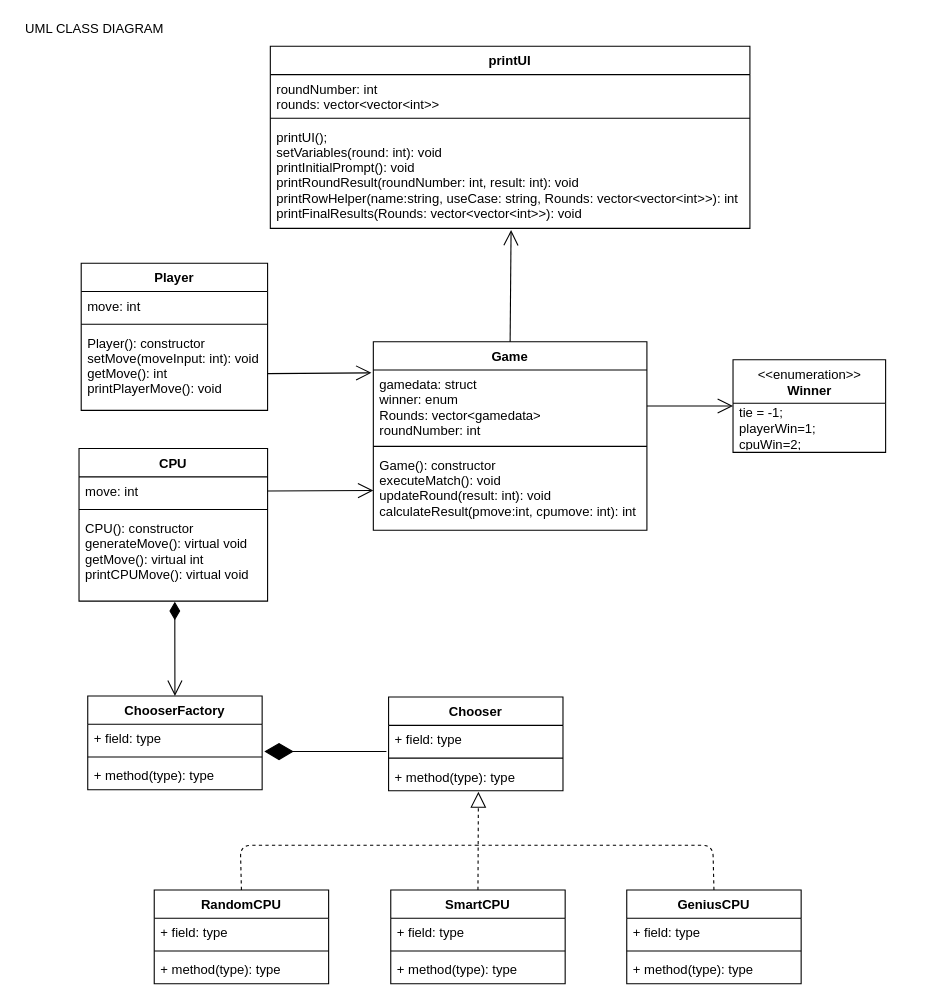
Earlier version of the draw.io diagram HW_3/nonCode/ClassDiagram.drawio (AudiCmpE28/ProgrammingHW). Source tidied: cells renumbered, new cells numbered last; positions are measured from the earlier drawing's top-left corner, leaving out a move shared by most shapes. Both pictures are drawn from the tidied source at 109%, with x=0, y=0 at pixel (19, 19).
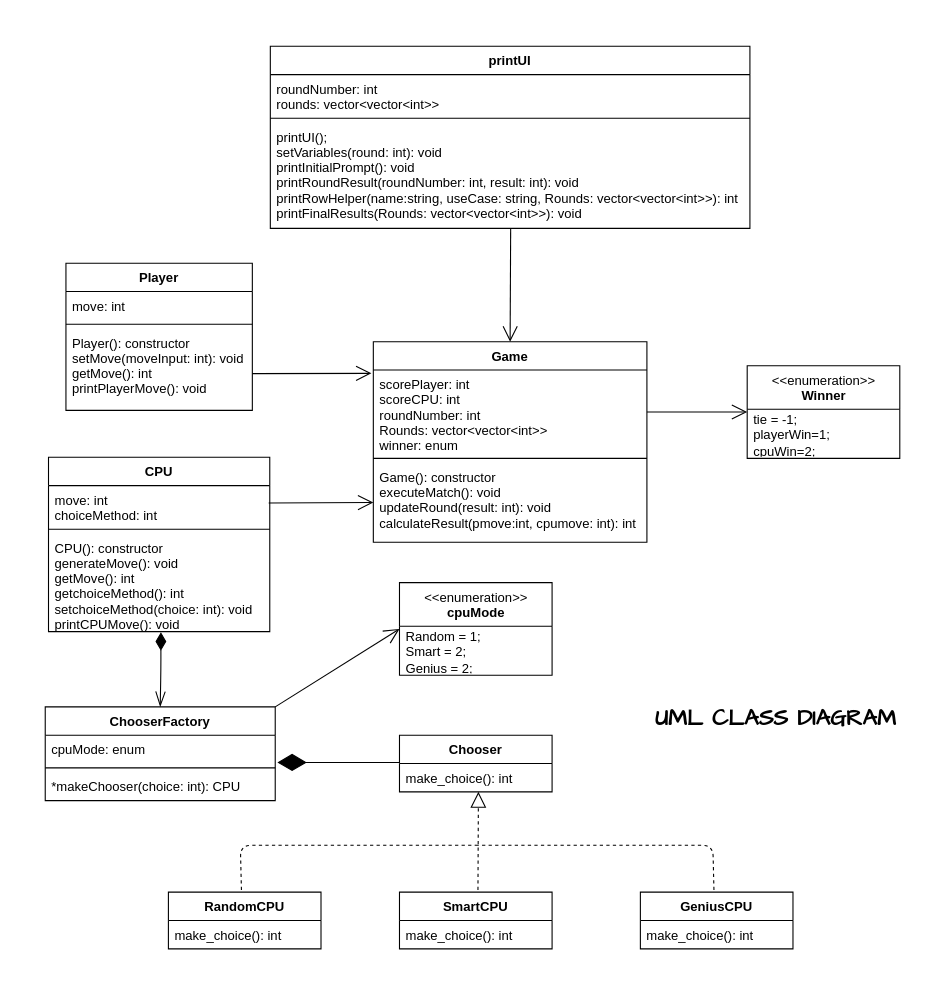
The same diagram, later.

The change refers to these unchanged cells:
```xml
<mxCell id="7" value="printUI();&#10;setVariables(round: int): void&#10;printInitialPrompt(): void&#10;printRoundResult(roundNumber: int, result: int): void&#10;printRowHelper(name:string, useCase: string, Rounds: vector&lt;vector&lt;int&gt;&gt;): int&#10;printFinalResults(Rounds: vector&lt;vector&lt;int&gt;&gt;): void&#10;" style="text;strokeColor=none;fillColor=none;align=left;verticalAlign=top;spacingLeft=4;spacingRight=4;overflow=hidden;points=[[0,0.5],[1,0.5]];portConstraint=eastwest;" parent="4" vertex="1">
  <mxGeometry y="70" width="440" height="97" as="geometry" />
</mxCell>
```

Change to the diagram source:
```diff
@@
     <mxCell id="2" value="&amp;lt;&amp;lt;enumeration&amp;gt;&amp;gt;&lt;br&gt;&lt;b&gt;Winner&lt;/b&gt;" style="swimlane;fontStyle=0;align=center;verticalAlign=top;horizontal=1;startSize=40;html=1;" parent="1" vertex="1">
-      <mxGeometry x="655" y="312.5" width="140" height="85" as="geometry" />
+      <mxGeometry x="668" y="318" width="140" height="85" as="geometry" />
     </mxCell>
@@
     <mxCell id="8" value="Game" style="swimlane;fontStyle=1;align=center;verticalAlign=top;horizontal=1;startSize=26;" parent="1" vertex="1">
-      <mxGeometry x="325" y="296" width="251" height="173" as="geometry" />
+      <mxGeometry x="325" y="296" width="251" height="184" as="geometry" />
     </mxCell>
-    <mxCell id="9" value="gamedata: struct&#10;winner: enum&#10;Rounds: vector&lt;gamedata&gt;&#10;roundNumber: int&#10;" style="text;strokeColor=none;fillColor=none;align=left;verticalAlign=top;spacingLeft=4;spacingRight=4;overflow=hidden;points=[[0,0.5],[1,0.5]];portConstraint=eastwest;" parent="8" vertex="1">
-      <mxGeometry y="26" width="251" height="66" as="geometry" />
+    <mxCell id="9" value="scorePlayer: int&#10;scoreCPU: int&#10;roundNumber: int&#10;Rounds: vector&lt;vector&lt;int&gt;&gt;&#10;winner: enum&#10;" style="text;strokeColor=none;fillColor=none;align=left;verticalAlign=top;spacingLeft=4;spacingRight=4;overflow=hidden;points=[[0,0.5],[1,0.5]];portConstraint=eastwest;" parent="8" vertex="1">
+      <mxGeometry y="26" width="251" height="77" as="geometry" />
     </mxCell>
     <mxCell id="10" style="line;strokeWidth=1;fillColor=none;align=left;verticalAlign=middle;spacingTop=-1;spacingLeft=3;spacingRight=3;labelPosition=right;" parent="8" vertex="1">
-      <mxGeometry y="92" width="251" height="8" as="geometry" />
+      <mxGeometry y="103" width="251" height="8" as="geometry" />
     </mxCell>
     <mxCell id="11" value="Game(): constructor&#10;executeMatch(): void&#10;updateRound(result: int): void&#10;calculateResult(pmove:int, cpumove: int): int&#10;" style="text;strokeColor=none;fillColor=none;align=left;verticalAlign=top;spacingLeft=4;spacingRight=4;overflow=hidden;points=[[0,0.5],[1,0.5]];portConstraint=eastwest;" parent="8" vertex="1">
-      <mxGeometry y="100" width="251" height="73" as="geometry" />
+      <mxGeometry y="111" width="251" height="73" as="geometry" />
     </mxCell>
     <mxCell id="12" value="Player" style="swimlane;fontStyle=1;align=center;verticalAlign=top;horizontal=1;startSize=26;" parent="1" vertex="1">
-      <mxGeometry x="57" y="224" width="171" height="135" as="geometry" />
+      <mxGeometry x="43" y="224" width="171" height="135" as="geometry" />
     </mxCell>
@@
     <mxCell id="16" value="CPU" style="swimlane;fontStyle=1;align=center;verticalAlign=top;horizontal=1;startSize=26;" parent="1" vertex="1">
-      <mxGeometry x="55" y="394" width="173" height="140" as="geometry" />
+      <mxGeometry x="27" y="402" width="203" height="160" as="geometry" />
     </mxCell>
-    <mxCell id="17" value="move: int" style="text;strokeColor=none;fillColor=none;align=left;verticalAlign=top;spacingLeft=4;spacingRight=4;overflow=hidden;points=[[0,0.5],[1,0.5]];portConstraint=eastwest;" parent="16" vertex="1">
-      <mxGeometry y="26" width="173" height="26" as="geometry" />
+    <mxCell id="17" value="move: int&#10;choiceMethod: int" style="text;strokeColor=none;fillColor=none;align=left;verticalAlign=top;spacingLeft=4;spacingRight=4;overflow=hidden;points=[[0,0.5],[1,0.5]];portConstraint=eastwest;" parent="16" vertex="1">
+      <mxGeometry y="26" width="203" height="36" as="geometry" />
     </mxCell>
     <mxCell id="18" style="line;strokeWidth=1;fillColor=none;align=left;verticalAlign=middle;spacingTop=-1;spacingLeft=3;spacingRight=3;labelPosition=right;" parent="16" vertex="1">
-      <mxGeometry y="52" width="173" height="8" as="geometry" />
+      <mxGeometry y="62" width="203" height="8" as="geometry" />
     </mxCell>
-    <mxCell id="19" value="CPU(): constructor&#10;generateMove(): virtual void&#10;getMove(): virtual int&#10;printCPUMove(): virtual void&#10;" style="text;strokeColor=none;fillColor=none;align=left;verticalAlign=top;spacingLeft=4;spacingRight=4;overflow=hidden;points=[[0,0.5],[1,0.5]];portConstraint=eastwest;" parent="16" vertex="1">
-      <mxGeometry y="60" width="173" height="80" as="geometry" />
+    <mxCell id="19" value="CPU(): constructor&#10;generateMove(): void&#10;getMove(): int&#10;getchoiceMethod(): int&#10;setchoiceMethod(choice: int): void&#10;printCPUMove(): void&#10;" style="text;strokeColor=none;fillColor=none;align=left;verticalAlign=top;spacingLeft=4;spacingRight=4;overflow=hidden;points=[[0,0.5],[1,0.5]];portConstraint=eastwest;" parent="16" vertex="1">
+      <mxGeometry y="70" width="203" height="90" as="geometry" />
     </mxCell>
-    <mxCell id="20" value="Chooser" style="swimlane;fontStyle=1;align=center;verticalAlign=top;horizontal=1;startSize=26;" parent="1" vertex="1">
-      <mxGeometry x="339" y="622" width="160" height="86" as="geometry" />
-    </mxCell>
-    <mxCell id="21" value="+ field: type" style="text;strokeColor=none;fillColor=none;align=left;verticalAlign=top;spacingLeft=4;spacingRight=4;overflow=hidden;" parent="20" vertex="1">
-      <mxGeometry y="26" width="160" height="26" as="geometry" />
-    </mxCell>
-    <mxCell id="22" style="line;strokeWidth=1;fillColor=none;align=left;verticalAlign=middle;spacingTop=-1;spacingLeft=3;spacingRight=3;labelPosition=right;" parent="20" vertex="1">
-      <mxGeometry y="52" width="160" height="8" as="geometry" />
-    </mxCell>
-    <mxCell id="23" value="+ method(type): type" style="text;strokeColor=none;fillColor=none;align=left;verticalAlign=top;spacingLeft=4;spacingRight=4;overflow=hidden;points=[[0,0.5],[1,0.5]];portConstraint=eastwest;" parent="20" vertex="1">
-      <mxGeometry y="60" width="160" height="26" as="geometry" />
-    </mxCell>
-    <mxCell id="24" value="RandomCPU" style="swimlane;fontStyle=1;align=center;verticalAlign=top;horizontal=1;startSize=26;" parent="1" vertex="1">
-      <mxGeometry x="124" y="799" width="160" height="86" as="geometry" />
-    </mxCell>
-    <mxCell id="25" value="+ field: type" style="text;strokeColor=none;fillColor=none;align=left;verticalAlign=top;spacingLeft=4;spacingRight=4;overflow=hidden;" parent="24" vertex="1">
-      <mxGeometry y="26" width="160" height="26" as="geometry" />
-    </mxCell>
-    <mxCell id="26" style="line;strokeWidth=1;fillColor=none;align=left;verticalAlign=middle;spacingTop=-1;spacingLeft=3;spacingRight=3;labelPosition=right;" parent="24" vertex="1">
-      <mxGeometry y="52" width="160" height="8" as="geometry" />
-    </mxCell>
-    <mxCell id="27" value="+ method(type): type" style="text;strokeColor=none;fillColor=none;align=left;verticalAlign=top;spacingLeft=4;spacingRight=4;overflow=hidden;" parent="24" vertex="1">
-      <mxGeometry y="60" width="160" height="26" as="geometry" />
-    </mxCell>
-    <mxCell id="28" value="SmartCPU" style="swimlane;fontStyle=1;align=center;verticalAlign=top;horizontal=1;startSize=26;" parent="1" vertex="1">
-      <mxGeometry x="341" y="799" width="160" height="86" as="geometry" />
-    </mxCell>
-    <mxCell id="29" value="+ field: type" style="text;strokeColor=none;fillColor=none;align=left;verticalAlign=top;spacingLeft=4;spacingRight=4;overflow=hidden;" parent="28" vertex="1">
-      <mxGeometry y="26" width="160" height="26" as="geometry" />
-    </mxCell>
-    <mxCell id="30" style="line;strokeWidth=1;fillColor=none;align=left;verticalAlign=middle;spacingTop=-1;spacingLeft=3;spacingRight=3;labelPosition=right;" parent="28" vertex="1">
-      <mxGeometry y="52" width="160" height="8" as="geometry" />
-    </mxCell>
-    <mxCell id="31" value="+ method(type): type" style="text;strokeColor=none;fillColor=none;align=left;verticalAlign=top;spacingLeft=4;spacingRight=4;overflow=hidden;" parent="28" vertex="1">
-      <mxGeometry y="60" width="160" height="26" as="geometry" />
-    </mxCell>
-    <mxCell id="32" value="GeniusCPU" style="swimlane;fontStyle=1;align=center;verticalAlign=top;horizontal=1;startSize=26;" parent="1" vertex="1">
-      <mxGeometry x="557.5" y="799" width="160" height="86" as="geometry" />
-    </mxCell>
-    <mxCell id="33" value="+ field: type" style="text;strokeColor=none;fillColor=none;align=left;verticalAlign=top;spacingLeft=4;spacingRight=4;overflow=hidden;" parent="32" vertex="1">
-      <mxGeometry y="26" width="160" height="26" as="geometry" />
-    </mxCell>
-    <mxCell id="34" style="line;strokeWidth=1;fillColor=none;align=left;verticalAlign=middle;spacingTop=-1;spacingLeft=3;spacingRight=3;labelPosition=right;" parent="32" vertex="1">
-      <mxGeometry y="52" width="160" height="8" as="geometry" />
-    </mxCell>
-    <mxCell id="35" value="+ method(type): type" style="text;strokeColor=none;fillColor=none;align=left;verticalAlign=top;spacingLeft=4;spacingRight=4;overflow=hidden;" parent="32" vertex="1">
-      <mxGeometry y="60" width="160" height="26" as="geometry" />
-    </mxCell>
-    <mxCell id="36" style="endArrow=none;dashed=1;endFill=0;endSize=12;html=1;exitX=0.5;exitY=0;exitDx=0;exitDy=0;" parent="1" edge="1" source="24">
+    <mxCell id="36" style="endArrow=none;dashed=1;endFill=0;endSize=12;html=1;exitX=0.5;exitY=0;exitDx=0;exitDy=0;" parent="1" edge="1">
       <mxGeometry relative="1" as="geometry">
+        <mxPoint x="204" y="799" as="sourcePoint" />
         <mxPoint x="419" y="758" as="targetPoint" />
         <Array as="points">
           <mxPoint x="203" y="758" />
         </Array>
       </mxGeometry>
     </mxCell>
-    <mxCell id="37" style="endArrow=block;dashed=1;endFill=0;endSize=12;html=1;exitX=0.5;exitY=0;exitDx=0;exitDy=0;entryX=0.515;entryY=1.034;entryDx=0;entryDy=0;entryPerimeter=0;" parent="1" edge="1" source="28" target="23">
-      <mxGeometry relative="1" as="geometry" />
+    <mxCell id="37" style="endArrow=block;dashed=1;endFill=0;endSize=12;html=1;exitX=0.5;exitY=0;exitDx=0;exitDy=0;entryX=0.515;entryY=1.034;entryDx=0;entryDy=0;entryPerimeter=0;" parent="1" edge="1">
+      <mxGeometry relative="1" as="geometry">
+        <mxPoint x="421" y="799" as="sourcePoint" />
+        <mxPoint x="421.4" y="708.9" as="targetPoint" />
+      </mxGeometry>
     </mxCell>
-    <mxCell id="38" style="endArrow=none;dashed=1;endFill=0;endSize=12;html=1;exitX=0.5;exitY=0;exitDx=0;exitDy=0;" parent="1" edge="1" source="32">
+    <mxCell id="38" style="endArrow=none;dashed=1;endFill=0;endSize=12;html=1;exitX=0.5;exitY=0;exitDx=0;exitDy=0;" parent="1" edge="1">
       <mxGeometry relative="1" as="geometry">
+        <mxPoint x="637.5" y="799" as="sourcePoint" />
         <mxPoint x="418.5" y="758" as="targetPoint" />
         <Array as="points">
           <mxPoint x="636.5" y="758" />
         </Array>
       </mxGeometry>
     </mxCell>
     <mxCell id="39" value="ChooserFactory" style="swimlane;fontStyle=1;align=center;verticalAlign=top;horizontal=1;startSize=26;" parent="1" vertex="1">
-      <mxGeometry x="63" y="621" width="160" height="86" as="geometry" />
+      <mxGeometry x="24" y="631" width="211" height="86" as="geometry" />
     </mxCell>
-    <mxCell id="40" value="+ field: type" style="text;strokeColor=none;fillColor=none;align=left;verticalAlign=top;spacingLeft=4;spacingRight=4;overflow=hidden;" parent="39" vertex="1">
-      <mxGeometry y="26" width="160" height="26" as="geometry" />
+    <mxCell id="40" value="cpuMode: enum" style="text;strokeColor=none;fillColor=none;align=left;verticalAlign=top;spacingLeft=4;spacingRight=4;overflow=hidden;" parent="39" vertex="1">
+      <mxGeometry y="26" width="211" height="26" as="geometry" />
     </mxCell>
     <mxCell id="41" style="line;strokeWidth=1;fillColor=none;align=left;verticalAlign=middle;spacingTop=-1;spacingLeft=3;spacingRight=3;labelPosition=right;" parent="39" vertex="1">
-      <mxGeometry y="52" width="160" height="8" as="geometry" />
+      <mxGeometry y="52" width="211" height="8" as="geometry" />
     </mxCell>
-    <mxCell id="42" value="+ method(type): type" style="text;strokeColor=none;fillColor=none;align=left;verticalAlign=top;spacingLeft=4;spacingRight=4;overflow=hidden;" parent="39" vertex="1">
-      <mxGeometry y="60" width="160" height="26" as="geometry" />
+    <mxCell id="42" value="*makeChooser(choice: int): CPU" style="text;strokeColor=none;fillColor=none;align=left;verticalAlign=top;spacingLeft=4;spacingRight=4;overflow=hidden;" parent="39" vertex="1">
+      <mxGeometry y="60" width="211" height="26" as="geometry" />
     </mxCell>
-    <mxCell id="43" style="endArrow=open;html=1;endSize=12;startArrow=diamondThin;startSize=14;startFill=1;edgeStyle=orthogonalEdgeStyle;align=left;verticalAlign=bottom;entryX=0.5;entryY=0;entryDx=0;entryDy=0;exitX=0.508;exitY=1.006;exitDx=0;exitDy=0;exitPerimeter=0;" parent="1" edge="1" source="19" target="39">
+    <mxCell id="43" style="endArrow=openThin;html=1;endSize=12;startArrow=diamondThin;startSize=14;startFill=1;edgeStyle=orthogonalEdgeStyle;align=left;verticalAlign=bottom;entryX=0.5;entryY=0;entryDx=0;entryDy=0;exitX=0.508;exitY=1.006;exitDx=0;exitDy=0;exitPerimeter=0;endFill=0;" parent="1" edge="1" source="19" target="39">
       <mxGeometry x="-1" y="3" relative="1" as="geometry" />
     </mxCell>
-    <mxCell id="44" style="endArrow=diamondThin;endFill=1;endSize=24;html=1;" parent="1" edge="1">
+    <mxCell id="44" style="endArrow=diamondThin;endFill=1;endSize=24;html=1;strokeWidth=1;" parent="1" edge="1">
       <mxGeometry relative="1" as="geometry">
-        <mxPoint x="337" y="672" as="sourcePoint" />
-        <mxPoint x="225" y="672" as="targetPoint" />
+        <mxPoint x="349" y="682" as="sourcePoint" />
+        <mxPoint x="237" y="682" as="targetPoint" />
       </mxGeometry>
     </mxCell>
@@
-    <mxCell id="46" style="endArrow=open;endFill=1;endSize=12;html=1;exitX=0.5;exitY=0;exitDx=0;exitDy=0;entryX=0.502;entryY=1.016;entryDx=0;entryDy=0;entryPerimeter=0;" parent="1" edge="1" source="8" target="7">
-      <mxGeometry relative="1" as="geometry" />
+    <mxCell id="46" style="endArrow=open;endFill=1;endSize=12;html=1;startArrow=none;startFill=0;entryX=0.5;entryY=0;entryDx=0;entryDy=0;" parent="1" edge="1" target="8">
+      <mxGeometry relative="1" as="geometry">
+        <mxPoint x="451" y="192" as="sourcePoint" />
+      </mxGeometry>
     </mxCell>
@@
-    <mxCell id="48" style="endArrow=open;endFill=1;endSize=12;html=1;exitX=1;exitY=0.5;exitDx=0;exitDy=0;entryX=0;entryY=0.5;entryDx=0;entryDy=0;" parent="1" edge="1" source="17" target="11">
-      <mxGeometry relative="1" as="geometry" />
+    <mxCell id="48" style="endArrow=open;endFill=1;endSize=12;html=1;entryX=0;entryY=0.5;entryDx=0;entryDy=0;" parent="1" edge="1" target="11">
+      <mxGeometry relative="1" as="geometry">
+        <mxPoint x="229" y="444" as="sourcePoint" />
+      </mxGeometry>
     </mxCell>
-    <mxCell id="49" value="UML CLASS DIAGRAM" style="text;html=1;align=center;verticalAlign=middle;strokeColor=none;fillColor=none;" parent="1" vertex="1">
-      <mxGeometry width="137" height="17" as="geometry" />
+    <mxCell id="49" value="&lt;font style=&quot;font-size: 21px;&quot;&gt;UML CLASS DIAGRAM&lt;/font&gt;" style="text;html=1;align=center;verticalAlign=middle;strokeColor=none;fillColor=none;fontStyle=1;fontSize=21;fontFamily=Comic Sans MS;" parent="1" vertex="1">
+      <mxGeometry x="570" y="626" width="247" height="29" as="geometry" />
     </mxCell>
+    <mxCell id="32" value="GeniusCPU" style="swimlane;fontStyle=1;horizontal=1;startSize=26;fillColor=none;" parent="1" vertex="1">
+      <mxGeometry x="570" y="801" width="140" height="52" as="geometry" />
+    </mxCell>
+    <mxCell id="50" value="make_choice(): int" style="text;strokeColor=none;fillColor=none;align=left;verticalAlign=top;spacingLeft=4;spacingRight=4;overflow=hidden;" parent="32" vertex="1">
+      <mxGeometry y="26" width="140" height="26" as="geometry" />
+    </mxCell>
+    <mxCell id="28" value="SmartCPU" style="swimlane;fontStyle=1;horizontal=1;startSize=26;fillColor=none;" parent="1" vertex="1">
+      <mxGeometry x="349" y="801" width="140" height="52" as="geometry" />
+    </mxCell>
+    <mxCell id="51" value="make_choice(): int" style="text;strokeColor=none;fillColor=none;align=left;verticalAlign=top;spacingLeft=4;spacingRight=4;overflow=hidden;" parent="28" vertex="1">
+      <mxGeometry y="26" width="140" height="26" as="geometry" />
+    </mxCell>
+    <mxCell id="24" value="RandomCPU" style="swimlane;fontStyle=1;horizontal=1;startSize=26;fillColor=none;" parent="1" vertex="1">
+      <mxGeometry x="137" y="801" width="140" height="52" as="geometry" />
+    </mxCell>
+    <mxCell id="52" value="make_choice(): int" style="text;strokeColor=none;fillColor=none;align=left;verticalAlign=top;spacingLeft=4;spacingRight=4;overflow=hidden;" parent="24" vertex="1">
+      <mxGeometry y="26" width="140" height="26" as="geometry" />
+    </mxCell>
+    <mxCell id="20" value="Chooser" style="swimlane;fontStyle=1;horizontal=1;startSize=26;fillColor=none;" parent="1" vertex="1">
+      <mxGeometry x="349" y="657" width="140" height="52" as="geometry" />
+    </mxCell>
+    <mxCell id="53" value="make_choice(): int" style="text;strokeColor=none;fillColor=none;align=left;verticalAlign=top;spacingLeft=4;spacingRight=4;overflow=hidden;" parent="20" vertex="1">
+      <mxGeometry y="26" width="140" height="26" as="geometry" />
+    </mxCell>
+    <mxCell id="54" value="&amp;lt;&amp;lt;enumeration&amp;gt;&amp;gt;&lt;br&gt;&lt;b&gt;cpuMode&lt;/b&gt;" style="swimlane;fontStyle=0;align=center;verticalAlign=top;horizontal=1;startSize=40;html=1;" parent="1" vertex="1">
+      <mxGeometry x="349" y="517" width="140" height="85" as="geometry" />
+    </mxCell>
+    <mxCell id="55" value="Random = 1;&lt;br&gt;Smart = 2;&lt;br&gt;Genius = 2;" style="text;html=1;strokeColor=none;fillColor=none;align=left;verticalAlign=middle;spacingLeft=4;spacingRight=4;overflow=hidden;" parent="54" vertex="1">
+      <mxGeometry y="40" width="140" height="45" as="geometry" />
+    </mxCell>
+    <mxCell id="56" style="endArrow=open;endFill=1;endSize=12;html=1;entryX=0;entryY=0.5;entryDx=0;entryDy=0;exitX=1;exitY=0;exitDx=0;exitDy=0;" parent="1" edge="1" source="39" target="54">
+      <mxGeometry relative="1" as="geometry" />
+    </mxCell>
```
